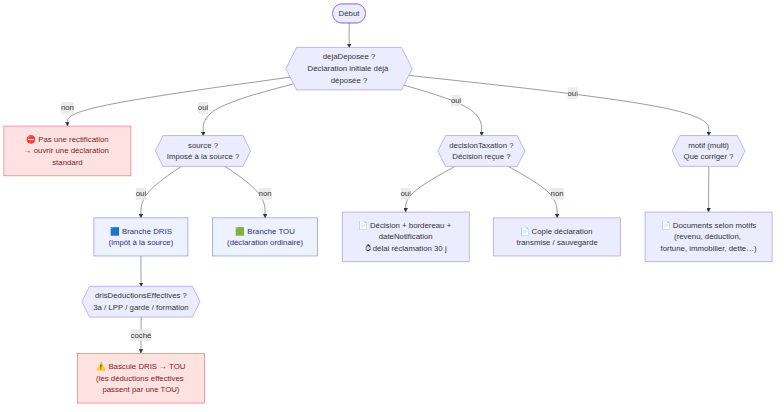
Adriendacunha/B-B-Associes keeps this Mermaid diagram as docs/arbre-decision-rectificative.png. Above is the earlier version. Its source is kept beside it as docs/arbre-decision-rectificative.mmd. The source it was exported from:
```mermaid
flowchart TD
  START([Début]) --> DEJA{{"dejaDeposee ?<br/>Déclaration initiale déjà déposée ?"}}
  DEJA -- non --> STOP["⛔ Pas une rectification<br/>→ ouvrir une déclaration standard"]:::stop
  DEJA -- oui --> SRC{{"source ?<br/>Imposé à la source ?"}}

  SRC -- oui --> DRIS["🟦 Branche DRIS<br/>(impôt à la source)"]:::branch
  SRC -- non --> TOU["🟩 Branche TOU<br/>(déclaration ordinaire)"]:::branch

  DEJA -- oui --> DEC{{"decisionTaxation ?<br/>Décision reçue ?"}}
  DEC -- oui --> DECDOCS["📄 Décision + bordereau + dateNotification<br/>⏱ délai réclamation 30 j"]
  DEC -- non --> COPIE["📄 Copie déclaration transmise / sauvegarde"]

  DEJA -- oui --> MOTIF{{"motif (multi)<br/>Que corriger ?"}}
  MOTIF --> MOTIFDOCS["📄 Documents selon motifs<br/>(revenu, déduction, fortune, immobilier, dette…)"]

  DRIS --> DEDUC{{"drisDeductionsEffectives ?<br/>3a / LPP / garde / formation"}}
  DEDUC -- coché --> BASCULE["⚠️ Bascule DRIS → TOU<br/>(les déductions effectives passent par une TOU)"]:::stop

  classDef stop fill:#fee2e2,stroke:#ef4444,color:#7f1d1d;
  classDef branch fill:#eef2ff,stroke:#6366f1,color:#312e81;
```
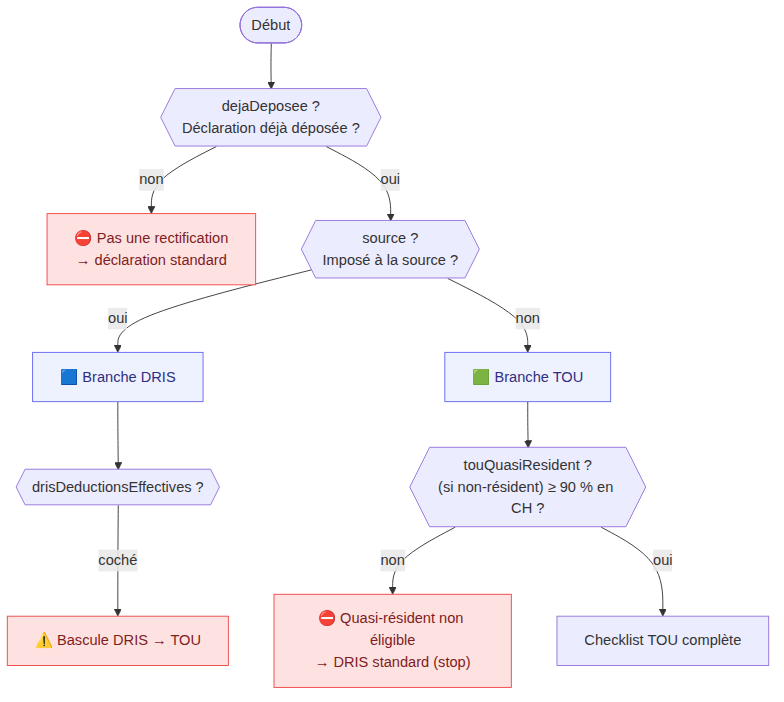
After the change.

Commit message:
Doc arbre rectificative : régénérée depuis le template (générateur)

The edit, as a diff of the source:
```diff
@@ -1,20 +1,17 @@
 flowchart TD
-  START([Début]) --> DEJA{{"dejaDeposee ?<br/>Déclaration initiale déjà déposée ?"}}
-  DEJA -- non --> STOP["⛔ Pas une rectification<br/>→ ouvrir une déclaration standard"]:::stop
+  START([Début]) --> DEJA{{"dejaDeposee ?<br/>Déclaration déjà déposée ?"}}
+  DEJA -- non --> STOP["⛔ Pas une rectification<br/>→ déclaration standard"]:::stop
   DEJA -- oui --> SRC{{"source ?<br/>Imposé à la source ?"}}
 
-  SRC -- oui --> DRIS["🟦 Branche DRIS<br/>(impôt à la source)"]:::branch
-  SRC -- non --> TOU["🟩 Branche TOU<br/>(déclaration ordinaire)"]:::branch
+  SRC -- oui --> DRIS["🟦 Branche DRIS"]:::branch
+  SRC -- non --> TOU["🟩 Branche TOU"]:::branch
 
-  DEJA -- oui --> DEC{{"decisionTaxation ?<br/>Décision reçue ?"}}
-  DEC -- oui --> DECDOCS["📄 Décision + bordereau + dateNotification<br/>⏱ délai réclamation 30 j"]
-  DEC -- non --> COPIE["📄 Copie déclaration transmise / sauvegarde"]
+  TOU --> QR{{"touQuasiResident ?<br/>(si non-résident) ≥ 90 % en CH ?"}}
+  QR -- non --> NELIG["⛔ Quasi-résident non éligible<br/>→ DRIS standard (stop)"]:::stop
+  QR -- oui --> TOUOK["Checklist TOU complète"]
 
-  DEJA -- oui --> MOTIF{{"motif (multi)<br/>Que corriger ?"}}
-  MOTIF --> MOTIFDOCS["📄 Documents selon motifs<br/>(revenu, déduction, fortune, immobilier, dette…)"]
-
-  DRIS --> DEDUC{{"drisDeductionsEffectives ?<br/>3a / LPP / garde / formation"}}
-  DEDUC -- coché --> BASCULE["⚠️ Bascule DRIS → TOU<br/>(les déductions effectives passent par une TOU)"]:::stop
+  DRIS --> DEDUC{{"drisDeductionsEffectives ?"}}
+  DEDUC -- coché --> BASCULE["⚠️ Bascule DRIS → TOU"]:::stop
 
   classDef stop fill:#fee2e2,stroke:#ef4444,color:#7f1d1d;
   classDef branch fill:#eef2ff,stroke:#6366f1,color:#312e81;
```
